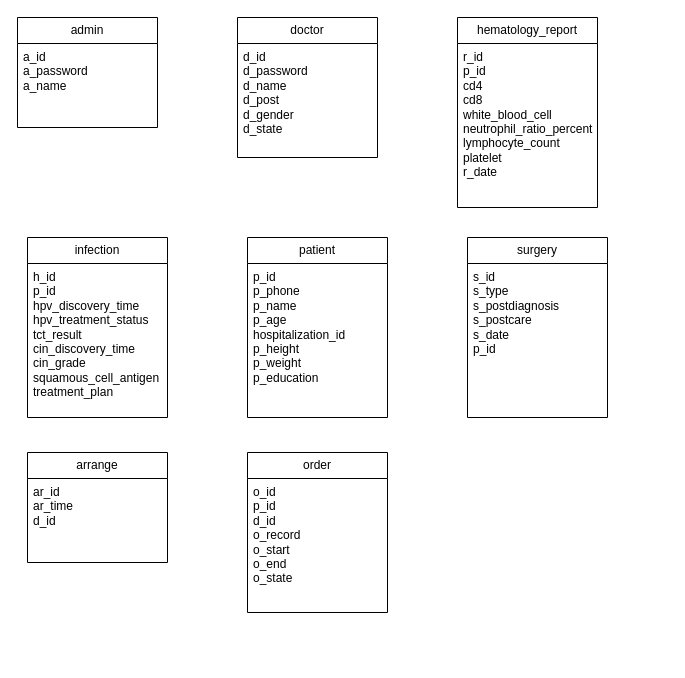
Earioz/test.ynwim.dev keeps this draw.io diagram as images/未命名绘图.drawio. Above is the earlier version. Source tidied: cells renumbered, new cells numbered last; positions are measured from the earlier drawing's top-left corner, leaving out a move shared by most shapes. Both pictures are drawn from the tidied source at 100%, with x=0, y=0 at pixel (17, 17).
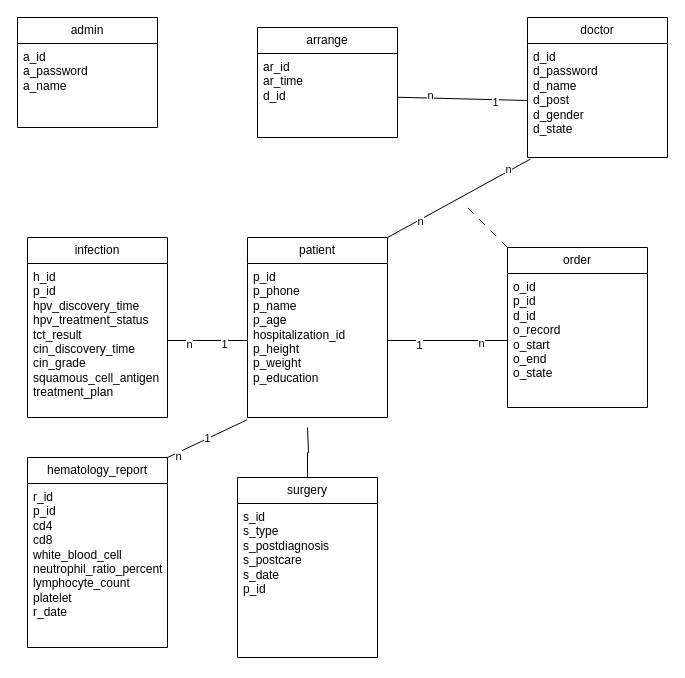
Above is the later version.

The change refers to these unchanged cells:
```xml
<mxCell id="5" value="&lt;div&gt;&lt;div&gt;d_id&lt;/div&gt;&lt;div&gt;d_password&lt;/div&gt;&lt;div&gt;d_name&lt;/div&gt;&lt;div&gt;d_post&lt;/div&gt;&lt;div&gt;d_gender&lt;/div&gt;&lt;div&gt;d_state&lt;/div&gt;&lt;/div&gt;&lt;div&gt;&lt;br&gt;&lt;/div&gt;" style="text;strokeColor=none;fillColor=none;align=left;verticalAlign=top;spacingLeft=4;spacingRight=4;overflow=hidden;points=[[0,0.5],[1,0.5]];portConstraint=eastwest;whiteSpace=wrap;html=1;" parent="4" vertex="1">
  <mxGeometry y="26" width="140" height="114" as="geometry" />
</mxCell>
<mxCell id="7" value="&lt;div&gt;&lt;div&gt;h_id&lt;/div&gt;&lt;div&gt;p_id&lt;/div&gt;&lt;div&gt;hpv_discovery_time&lt;/div&gt;&lt;div&gt;hpv_treatment_status&lt;/div&gt;&lt;div&gt;tct_result&lt;/div&gt;&lt;div&gt;cin_discovery_time&lt;/div&gt;&lt;div&gt;cin_grade&lt;/div&gt;&lt;div&gt;squamous_cell_antigen&lt;/div&gt;&lt;div&gt;treatment_plan&lt;/div&gt;&lt;/div&gt;&lt;div&gt;&lt;br&gt;&lt;/div&gt;" style="text;strokeColor=none;fillColor=none;align=left;verticalAlign=top;spacingLeft=4;spacingRight=4;overflow=hidden;points=[[0,0.5],[1,0.5]];portConstraint=eastwest;whiteSpace=wrap;html=1;" parent="6" vertex="1">
  <mxGeometry y="26" width="140" height="154" as="geometry" />
</mxCell>
<mxCell id="10" value="patient" style="swimlane;fontStyle=0;horizontal=1;startSize=26;fillColor=none;whiteSpace=wrap;html=1;" parent="1" vertex="1">
  <mxGeometry x="230" y="220" width="140" height="180" as="geometry" />
</mxCell>
<mxCell id="11" value="&lt;div&gt;&lt;div&gt;&lt;div&gt;p_id&lt;/div&gt;&lt;div&gt;p_phone&lt;/div&gt;&lt;div&gt;p_name&lt;/div&gt;&lt;div&gt;p_age&lt;/div&gt;&lt;div&gt;hospitalization_id&lt;/div&gt;&lt;div&gt;p_height&lt;/div&gt;&lt;div&gt;p_weight&lt;/div&gt;&lt;div&gt;p_education&lt;/div&gt;&lt;/div&gt;&lt;/div&gt;&lt;div&gt;&lt;br&gt;&lt;/div&gt;" style="text;strokeColor=none;fillColor=none;align=left;verticalAlign=top;spacingLeft=4;spacingRight=4;overflow=hidden;points=[[0,0.5],[1,0.5]];portConstraint=eastwest;whiteSpace=wrap;html=1;" parent="10" vertex="1">
  <mxGeometry y="26" width="140" height="154" as="geometry" />
</mxCell>
<mxCell id="15" value="&lt;div&gt;&lt;div&gt;ar_id&lt;/div&gt;&lt;div&gt;ar_time&lt;/div&gt;&lt;div&gt;d_id&lt;/div&gt;&lt;/div&gt;&lt;div&gt;&lt;br&gt;&lt;/div&gt;" style="text;strokeColor=none;fillColor=none;align=left;verticalAlign=top;spacingLeft=4;spacingRight=4;overflow=hidden;points=[[0,0.5],[1,0.5]];portConstraint=eastwest;whiteSpace=wrap;html=1;" parent="14" vertex="1">
  <mxGeometry y="26" width="140" height="84" as="geometry" />
</mxCell>
<mxCell id="17" value="&lt;div&gt;&lt;div&gt;o_id&lt;/div&gt;&lt;div&gt;p_id&lt;/div&gt;&lt;div&gt;d_id&lt;/div&gt;&lt;div&gt;o_record&lt;/div&gt;&lt;div&gt;o_start&lt;/div&gt;&lt;div&gt;o_end&lt;/div&gt;&lt;div&gt;o_state&lt;/div&gt;&lt;/div&gt;&lt;div&gt;&lt;br&gt;&lt;/div&gt;" style="text;strokeColor=none;fillColor=none;align=left;verticalAlign=top;spacingLeft=4;spacingRight=4;overflow=hidden;points=[[0,0.5],[1,0.5]];portConstraint=eastwest;whiteSpace=wrap;html=1;" parent="16" vertex="1">
  <mxGeometry y="26" width="140" height="134" as="geometry" />
</mxCell>
```

What changed in the source:
```diff
@@
     <mxCell id="4" value="doctor" style="swimlane;fontStyle=0;horizontal=1;startSize=26;fillColor=none;whiteSpace=wrap;html=1;" parent="1" vertex="1">
-      <mxGeometry x="220" width="140" height="140" as="geometry" />
+      <mxGeometry x="510" width="140" height="140" as="geometry" />
     </mxCell>
@@
     <mxCell id="8" value="hematology_report" style="swimlane;fontStyle=0;horizontal=1;startSize=26;fillColor=none;whiteSpace=wrap;html=1;" parent="1" vertex="1">
-      <mxGeometry x="440" width="140" height="190" as="geometry" />
+      <mxGeometry x="10" y="440" width="140" height="190" as="geometry" />
     </mxCell>
@@
+    <mxCell id="18" style="edgeStyle=orthogonalEdgeStyle;rounded=0;jettySize=auto;html=1;exitX=0.5;exitY=0;exitDx=0;exitDy=0;endArrow=none;endFill=0;" parent="1" edge="1" source="12">
+      <mxGeometry relative="1" as="geometry">
+        <mxPoint x="290" y="410" as="targetPoint" />
+        <Array as="points">
+          <mxPoint x="290" y="435" />
+          <mxPoint x="291" y="410" />
+        </Array>
+      </mxGeometry>
+    </mxCell>
     <mxCell id="12" value="surgery" style="swimlane;fontStyle=0;horizontal=1;startSize=26;fillColor=none;whiteSpace=wrap;html=1;" parent="1" vertex="1">
-      <mxGeometry x="450" y="220" width="140" height="180" as="geometry" />
+      <mxGeometry x="220" y="460" width="140" height="180" as="geometry" />
     </mxCell>
@@
     <mxCell id="14" value="arrange" style="swimlane;fontStyle=0;horizontal=1;startSize=26;fillColor=none;whiteSpace=wrap;html=1;" parent="1" vertex="1">
-      <mxGeometry x="10" y="435" width="140" height="110" as="geometry" />
+      <mxGeometry x="240" y="10" width="140" height="110" as="geometry" />
     </mxCell>
@@
+    <mxCell id="19" style="rounded=0;jettySize=auto;html=1;exitX=0;exitY=0;exitDx=0;exitDy=0;dashed=1;dashPattern=8 8;endArrow=none;endFill=0;" parent="1" edge="1" source="16">
+      <mxGeometry relative="1" as="geometry">
+        <mxPoint x="450" y="190" as="targetPoint" />
+      </mxGeometry>
+    </mxCell>
     <mxCell id="16" value="order" style="swimlane;fontStyle=0;horizontal=1;startSize=26;fillColor=none;whiteSpace=wrap;html=1;" parent="1" vertex="1">
-      <mxGeometry x="230" y="435" width="140" height="160" as="geometry" />
+      <mxGeometry x="490" y="230" width="140" height="160" as="geometry" />
     </mxCell>
@@
+    <mxCell id="20" style="edgeStyle=orthogonalEdgeStyle;rounded=0;jettySize=auto;html=1;exitX=1;exitY=0.5;exitDx=0;exitDy=0;entryX=0;entryY=0.5;entryDx=0;entryDy=0;endArrow=none;endFill=0;" parent="1" edge="1" source="7" target="11">
+      <mxGeometry relative="1" as="geometry" />
+    </mxCell>
+    <mxCell id="21" value="1" style="edgeLabel;html=1;align=center;verticalAlign=middle;" parent="20" vertex="1">
+      <mxGeometry x="0.41" y="-3" relative="1" as="geometry" />
+    </mxCell>
+    <mxCell id="22" value="n" style="edgeLabel;html=1;align=center;verticalAlign=middle;" parent="20" vertex="1">
+      <mxGeometry x="-0.47" y="-3" relative="1" as="geometry" />
+    </mxCell>
+    <mxCell id="23" value="1" style="rounded=0;jettySize=auto;html=1;exitX=1;exitY=0;exitDx=0;exitDy=0;entryX=-0.003;entryY=1.015;entryDx=0;entryDy=0;entryPerimeter=0;endArrow=none;endFill=0;" parent="1" edge="1" source="8" target="11">
+      <mxGeometry relative="1" as="geometry" />
+    </mxCell>
+    <mxCell id="24" value="n" style="edgeLabel;html=1;align=center;verticalAlign=middle;" parent="23" vertex="1">
+      <mxGeometry x="-0.75" y="-4" relative="1" as="geometry">
+        <mxPoint x="-1" as="offset" />
+      </mxGeometry>
+    </mxCell>
+    <mxCell id="25" style="edgeStyle=orthogonalEdgeStyle;rounded=0;jettySize=auto;html=1;exitX=1;exitY=0.5;exitDx=0;exitDy=0;endArrow=none;endFill=0;" parent="1" edge="1" source="11" target="17">
+      <mxGeometry relative="1" as="geometry" />
+    </mxCell>
+    <mxCell id="26" value="1" style="edgeLabel;html=1;align=center;verticalAlign=middle;" parent="25" vertex="1">
+      <mxGeometry x="-0.49" y="-4" relative="1" as="geometry" />
+    </mxCell>
+    <mxCell id="27" value="n" style="edgeLabel;html=1;align=center;verticalAlign=middle;" parent="25" vertex="1">
+      <mxGeometry x="0.55" y="-2" relative="1" as="geometry" />
+    </mxCell>
+    <mxCell id="28" style="rounded=0;jettySize=auto;html=1;exitX=0;exitY=0.5;exitDx=0;exitDy=0;endArrow=none;endFill=0;" parent="1" edge="1" source="5" target="15">
+      <mxGeometry relative="1" as="geometry" />
+    </mxCell>
+    <mxCell id="29" value="1" style="edgeLabel;html=1;align=center;verticalAlign=middle;" parent="28" vertex="1">
+      <mxGeometry x="-0.51" y="2" relative="1" as="geometry" />
+    </mxCell>
+    <mxCell id="30" value="n" style="edgeLabel;html=1;align=center;verticalAlign=middle;" parent="28" vertex="1">
+      <mxGeometry x="0.5" y="-3" relative="1" as="geometry" />
+    </mxCell>
+    <mxCell id="31" style="rounded=0;jettySize=auto;html=1;exitX=1;exitY=0;exitDx=0;exitDy=0;entryX=0.021;entryY=1.014;entryDx=0;entryDy=0;entryPerimeter=0;endArrow=none;endFill=0;" parent="1" edge="1" source="10" target="5">
+      <mxGeometry relative="1" as="geometry" />
+    </mxCell>
+    <mxCell id="32" value="n" style="edgeLabel;html=1;align=center;verticalAlign=middle;" parent="31" vertex="1">
+      <mxGeometry x="-0.56" y="-1" relative="1" as="geometry" />
+    </mxCell>
+    <mxCell id="33" value="n" style="edgeLabel;html=1;align=center;verticalAlign=middle;" parent="31" vertex="1">
+      <mxGeometry x="0.71" y="2" relative="1" as="geometry" />
+    </mxCell>
```
